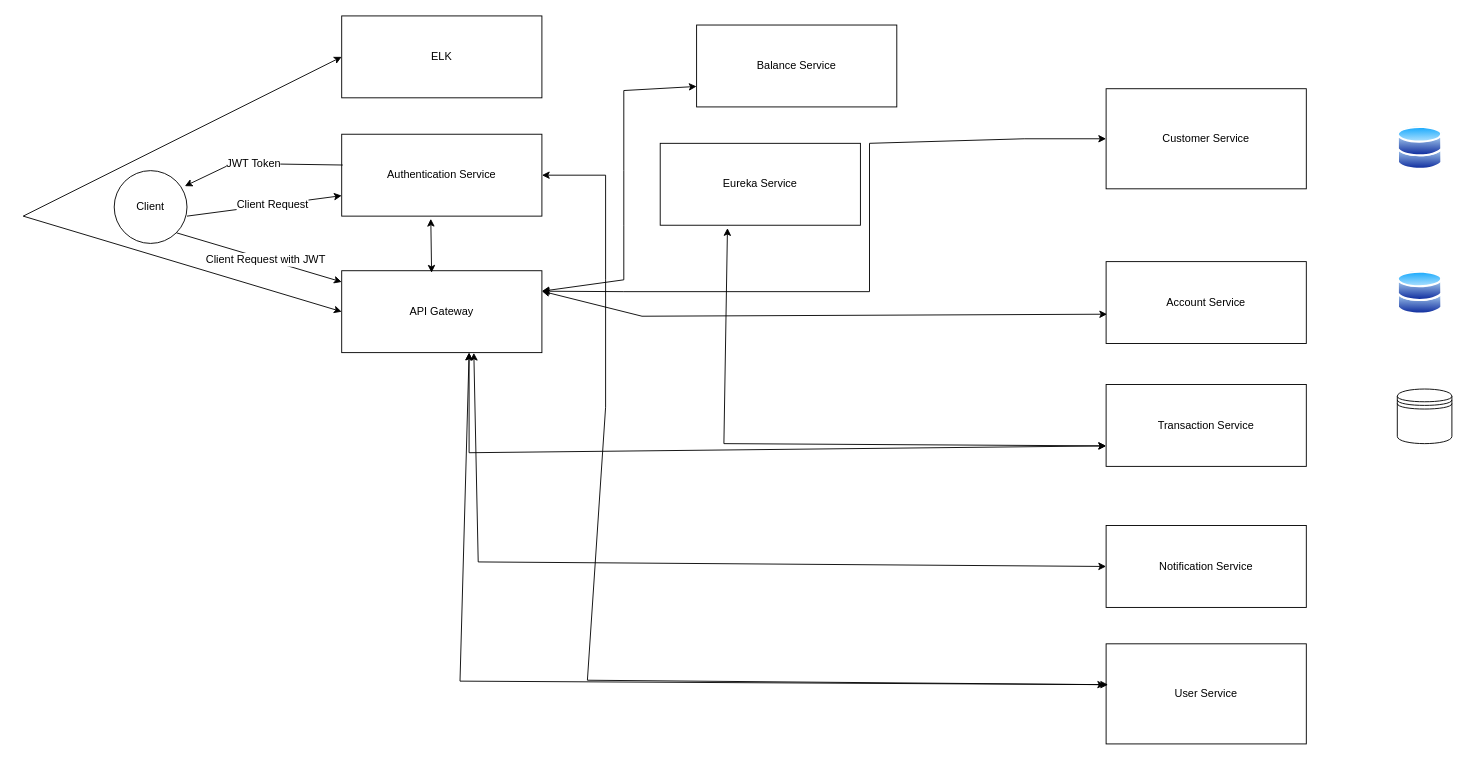
Above: Microservices_Architecture.drawio in mavericpocrepo/MavBankingPOC (draw.io), before the change. Source tidied: cells renumbered, new cells numbered last; positions are measured from the earlier drawing's top-left corner, leaving out a move shared by most shapes. Both pictures are drawn from the tidied source at 91%, with x=0, y=0 at pixel (23, 15).
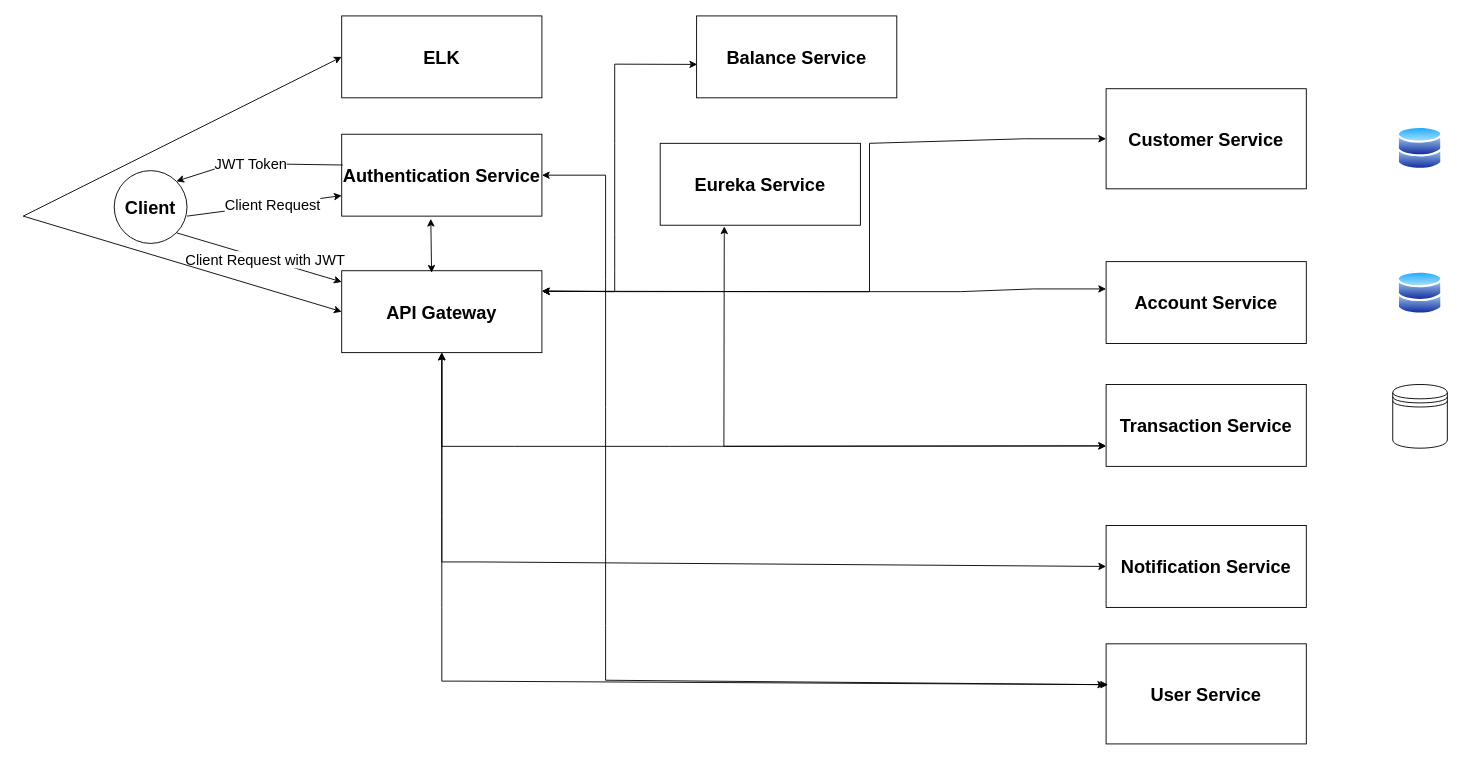
After the change.

Change to the diagram source:
```diff
@@
-    <mxCell id="2" value="Authentication Service" style="rounded=0;whiteSpace=wrap;html=1;" parent="1" vertex="1">
+    <mxCell id="2" value="Authentication Service" style="rounded=0;whiteSpace=wrap;html=1;fontSize=20;fontStyle=1;" parent="1" vertex="1">
       <mxGeometry x="350" y="130" width="220" height="90" as="geometry" />
     </mxCell>
-    <mxCell id="3" value="Customer Service" style="rounded=0;whiteSpace=wrap;html=1;" parent="1" vertex="1">
+    <mxCell id="3" value="&lt;span style=&quot;font-size: 20px;&quot;&gt;Customer Service&lt;/span&gt;" style="rounded=0;whiteSpace=wrap;html=1;fontSize=20;fontStyle=1;" parent="1" vertex="1">
       <mxGeometry x="1190" y="80" width="220" height="110" as="geometry" />
     </mxCell>
-    <mxCell id="4" value="Transaction Service" style="rounded=0;whiteSpace=wrap;html=1;" parent="1" vertex="1">
+    <mxCell id="4" value="Transaction Service" style="rounded=0;whiteSpace=wrap;html=1;fontSize=20;fontStyle=1;" parent="1" vertex="1">
       <mxGeometry x="1190" y="405" width="220" height="90" as="geometry" />
     </mxCell>
-    <mxCell id="5" value="API Gateway" style="rounded=0;whiteSpace=wrap;html=1;" parent="1" vertex="1">
+    <mxCell id="5" value="API Gateway" style="rounded=0;whiteSpace=wrap;html=1;fontSize=20;fontStyle=1;" parent="1" vertex="1">
       <mxGeometry x="350" y="280" width="220" height="90" as="geometry" />
     </mxCell>
-    <mxCell id="6" value="Account Service" style="rounded=0;whiteSpace=wrap;html=1;" parent="1" vertex="1">
+    <mxCell id="6" value="Account Service" style="rounded=0;whiteSpace=wrap;html=1;fontSize=20;fontStyle=1;" parent="1" vertex="1">
       <mxGeometry x="1190" y="270" width="220" height="90" as="geometry" />
     </mxCell>
-    <mxCell id="7" value="Eureka Service" style="rounded=0;whiteSpace=wrap;html=1;" parent="1" vertex="1">
+    <mxCell id="7" value="Eureka Service" style="rounded=0;whiteSpace=wrap;html=1;fontSize=20;fontStyle=1;" parent="1" vertex="1">
       <mxGeometry x="700" y="140" width="220" height="90" as="geometry" />
     </mxCell>
-    <mxCell id="8" value="Notification Service" style="rounded=0;whiteSpace=wrap;html=1;" parent="1" vertex="1">
+    <mxCell id="8" value="Notification Service" style="rounded=0;whiteSpace=wrap;html=1;fontSize=20;fontStyle=1;" parent="1" vertex="1">
       <mxGeometry x="1190" y="560" width="220" height="90" as="geometry" />
     </mxCell>
-    <mxCell id="9" value="Client" style="ellipse;whiteSpace=wrap;html=1;" parent="1" vertex="1">
+    <mxCell id="9" value="Client" style="ellipse;whiteSpace=wrap;html=1;fontSize=20;fontStyle=1;" parent="1" vertex="1">
       <mxGeometry x="100" y="170" width="80" height="80" as="geometry" />
     </mxCell>
-    <mxCell id="10" style="endArrow=classic;html=1;rounded=0;entryX=0;entryY=0.75;entryDx=0;entryDy=0;" parent="1" edge="1" target="2">
+    <mxCell id="10" style="endArrow=classic;html=1;rounded=0;entryX=0;entryY=0.75;entryDx=0;entryDy=0;fontSize=20;fontStyle=1;" parent="1" edge="1" target="2">
       <mxGeometry relative="1" as="geometry">
         <mxPoint x="180" y="220" as="sourcePoint" />
       </mxGeometry>
     </mxCell>
-    <mxCell id="11" value="&lt;font style=&quot;font-size: 12px;&quot;&gt;Client Request&lt;/font&gt;" style="edgeLabel;html=1;align=center;verticalAlign=middle;" parent="10" vertex="1">
+    <mxCell id="11" value="&lt;font style=&quot;font-size: 16px;&quot;&gt;Client Request&lt;/font&gt;" style="edgeLabel;html=1;align=center;verticalAlign=middle;fontSize=16;fontStyle=0;" parent="10" vertex="1">
       <mxGeometry x="0.1" relative="1" as="geometry" />
     </mxCell>
-    <mxCell id="12" style="endArrow=classic;html=1;rounded=0;entryX=0.97;entryY=0.213;entryDx=0;entryDy=0;entryPerimeter=0;exitX=0.005;exitY=0.376;exitDx=0;exitDy=0;exitPerimeter=0;" parent="1" edge="1" source="2" target="9">
+    <mxCell id="12" style="endArrow=classic;html=1;rounded=0;entryX=1;entryY=0;entryDx=0;entryDy=0;exitX=0.005;exitY=0.376;exitDx=0;exitDy=0;exitPerimeter=0;fontSize=20;fontStyle=1;" parent="1" edge="1" source="2" target="9">
       <mxGeometry relative="1" as="geometry">
         <Array as="points">
           <mxPoint x="230" y="162" />
         </Array>
       </mxGeometry>
     </mxCell>
-    <mxCell id="13" value="&lt;font style=&quot;font-size: 12px;&quot;&gt;JWT Token&lt;/font&gt;" style="edgeLabel;html=1;align=center;verticalAlign=middle;" parent="12" vertex="1">
+    <mxCell id="13" value="&lt;font style=&quot;font-size: 16px;&quot;&gt;JWT Token&lt;/font&gt;" style="edgeLabel;html=1;align=center;verticalAlign=middle;fontSize=16;fontStyle=0;" parent="12" vertex="1">
       <mxGeometry x="0.1" relative="1" as="geometry" />
     </mxCell>
-    <mxCell id="14" style="endArrow=classic;html=1;rounded=0;exitX=1;exitY=1;exitDx=0;exitDy=0;" parent="1" edge="1" source="9" target="5">
+    <mxCell id="14" style="endArrow=classic;html=1;rounded=0;exitX=1;exitY=1;exitDx=0;exitDy=0;fontSize=20;fontStyle=1;" parent="1" edge="1" source="9" target="5">
       <mxGeometry relative="1" as="geometry" />
     </mxCell>
-    <mxCell id="15" value="&lt;font style=&quot;font-size: 12px;&quot;&gt;Client Request with JWT&amp;nbsp;&lt;/font&gt;" style="edgeLabel;html=1;align=center;verticalAlign=middle;" parent="14" vertex="1">
+    <mxCell id="15" value="&lt;font style=&quot;font-size: 16px;&quot;&gt;Client Request with JWT&amp;nbsp;&lt;/font&gt;" style="edgeLabel;html=1;align=center;verticalAlign=middle;fontSize=16;fontStyle=0;" parent="14" vertex="1">
       <mxGeometry x="0.1" relative="1" as="geometry" />
     </mxCell>
-    <mxCell id="16" style="endArrow=classic;startArrow=classic;html=1;rounded=0;exitX=1;exitY=0.25;exitDx=0;exitDy=0;entryX=0;entryY=0.5;entryDx=0;entryDy=0;" parent="1" edge="1" source="5" target="3">
+    <mxCell id="16" style="endArrow=classic;startArrow=classic;html=1;rounded=0;exitX=1;exitY=0.25;exitDx=0;exitDy=0;entryX=0;entryY=0.5;entryDx=0;entryDy=0;fontSize=20;fontStyle=1;" parent="1" edge="1" source="5" target="3">
       <mxGeometry relative="1" as="geometry">
         <Array as="points">
           <mxPoint x="660" y="303" />
           <mxPoint x="930" y="303" />
           <mxPoint x="930" y="140" />
           <mxPoint x="1100" y="135" />
         </Array>
       </mxGeometry>
     </mxCell>
-    <mxCell id="17" style="endArrow=classic;startArrow=classic;html=1;rounded=0;entryX=0;entryY=0.75;entryDx=0;entryDy=0;" parent="1" edge="1" target="4">
+    <mxCell id="17" style="endArrow=classic;startArrow=classic;html=1;rounded=0;entryX=0;entryY=0.75;entryDx=0;entryDy=0;exitX=0.5;exitY=1;exitDx=0;exitDy=0;fontSize=20;fontStyle=1;" parent="1" edge="1" source="5" target="4">
       <mxGeometry relative="1" as="geometry">
-        <mxPoint x="490" y="370" as="sourcePoint" />
         <Array as="points">
-          <mxPoint x="490" y="480" />
+          <mxPoint x="460" y="473" />
+          <mxPoint x="540" y="473" />
+          <mxPoint x="710" y="473" />
         </Array>
       </mxGeometry>
     </mxCell>
-    <mxCell id="18" style="endArrow=classic;startArrow=classic;html=1;rounded=0;entryX=0;entryY=0.5;entryDx=0;entryDy=0;exitX=0.66;exitY=1.003;exitDx=0;exitDy=0;exitPerimeter=0;" parent="1" edge="1" source="5" target="8">
+    <mxCell id="18" style="endArrow=classic;startArrow=classic;html=1;rounded=0;entryX=0;entryY=0.5;entryDx=0;entryDy=0;exitX=0.5;exitY=1;exitDx=0;exitDy=0;fontSize=20;fontStyle=1;" parent="1" edge="1" source="5" target="8">
       <mxGeometry relative="1" as="geometry">
         <Array as="points">
+          <mxPoint x="460" y="490" />
+          <mxPoint x="460" y="550" />
+          <mxPoint x="460" y="600" />
           <mxPoint x="500" y="600" />
         </Array>
       </mxGeometry>
     </mxCell>
-    <mxCell id="19" style="endArrow=classic;startArrow=classic;html=1;rounded=0;entryX=0.005;entryY=0.642;entryDx=0;entryDy=0;entryPerimeter=0;exitX=1;exitY=0.25;exitDx=0;exitDy=0;" parent="1" edge="1" source="5" target="6">
+    <mxCell id="19" style="endArrow=classic;startArrow=classic;html=1;rounded=0;exitX=1;exitY=0.25;exitDx=0;exitDy=0;fontSize=20;fontStyle=1;" parent="1" edge="1" source="5">
       <mxGeometry relative="1" as="geometry">
+        <mxPoint x="1190" y="300" as="targetPoint" />
         <Array as="points">
-          <mxPoint x="680" y="330" />
+          <mxPoint x="880" y="303" />
+          <mxPoint x="1030" y="303" />
+          <mxPoint x="1110" y="300" />
         </Array>
       </mxGeometry>
     </mxCell>
-    <mxCell id="20" style="image;perimeter=ellipsePerimeter;html=1;align=center;shadow=0;dashed=0;spacingTop=3;image=img/lib/active_directory/databases.svg;" parent="1" vertex="1">
+    <mxCell id="20" style="image;perimeter=ellipsePerimeter;html=1;align=center;shadow=0;dashed=0;spacingTop=3;image=img/lib/active_directory/databases.svg;fontSize=20;fontStyle=1;" parent="1" vertex="1">
       <mxGeometry x="1510" y="121" width="50" height="49" as="geometry" />
     </mxCell>
-    <mxCell id="21" style="shape=datastore;whiteSpace=wrap;html=1;" parent="1" vertex="1">
-      <mxGeometry x="1510" y="410" width="60" height="60" as="geometry" />
+    <mxCell id="21" style="shape=datastore;whiteSpace=wrap;html=1;fontSize=20;fontStyle=1;" parent="1" vertex="1">
+      <mxGeometry x="1505" y="405" width="60" height="70" as="geometry" />
     </mxCell>
-    <mxCell id="22" style="image;perimeter=ellipsePerimeter;html=1;align=center;shadow=0;dashed=0;spacingTop=3;image=img/lib/active_directory/databases.svg;" parent="1" vertex="1">
+    <mxCell id="22" style="image;perimeter=ellipsePerimeter;html=1;align=center;shadow=0;dashed=0;spacingTop=3;image=img/lib/active_directory/databases.svg;fontSize=20;fontStyle=1;" parent="1" vertex="1">
       <mxGeometry x="1510" y="280" width="50" height="49" as="geometry" />
     </mxCell>
-    <mxCell id="23" value="User Service" style="rounded=0;whiteSpace=wrap;html=1;" parent="1" vertex="1">
+    <mxCell id="23" value="User Service" style="rounded=0;whiteSpace=wrap;html=1;fontSize=20;fontStyle=1;" parent="1" vertex="1">
       <mxGeometry x="1190" y="690" width="220" height="110" as="geometry" />
     </mxCell>
-    <mxCell id="24" style="endArrow=classic;startArrow=classic;html=1;rounded=0;entryX=0.01;entryY=0.408;entryDx=0;entryDy=0;entryPerimeter=0;" parent="1" edge="1" target="23">
+    <mxCell id="24" style="endArrow=classic;startArrow=classic;html=1;rounded=0;entryX=0.01;entryY=0.408;entryDx=0;entryDy=0;entryPerimeter=0;exitX=0.5;exitY=1;exitDx=0;exitDy=0;fontSize=20;fontStyle=1;" parent="1" edge="1" source="5" target="23">
       <mxGeometry relative="1" as="geometry">
-        <mxPoint x="490" y="370" as="sourcePoint" />
         <Array as="points">
+          <mxPoint x="460" y="550" />
+          <mxPoint x="460" y="650" />
+          <mxPoint x="460" y="731" />
           <mxPoint x="480" y="731" />
         </Array>
       </mxGeometry>
     </mxCell>
-    <mxCell id="25" style="endArrow=classic;startArrow=classic;html=1;rounded=0;exitX=0.445;exitY=1.033;exitDx=0;exitDy=0;exitPerimeter=0;entryX=0.449;entryY=0.024;entryDx=0;entryDy=0;entryPerimeter=0;" parent="1" edge="1" source="2" target="5">
+    <mxCell id="25" style="endArrow=classic;startArrow=classic;html=1;rounded=0;exitX=0.445;exitY=1.033;exitDx=0;exitDy=0;exitPerimeter=0;entryX=0.449;entryY=0.024;entryDx=0;entryDy=0;entryPerimeter=0;fontSize=20;fontStyle=1;" parent="1" edge="1" source="2" target="5">
       <mxGeometry relative="1" as="geometry" />
     </mxCell>
-    <mxCell id="26" value="ELK" style="rounded=0;whiteSpace=wrap;html=1;" parent="1" vertex="1">
+    <mxCell id="26" value="ELK" style="rounded=0;whiteSpace=wrap;html=1;fontSize=20;fontStyle=1;" parent="1" vertex="1">
       <mxGeometry x="350" width="220" height="90" as="geometry" />
     </mxCell>
-    <mxCell id="27" value="Balance Service" style="rounded=0;whiteSpace=wrap;html=1;" parent="1" vertex="1">
-      <mxGeometry x="740" y="10" width="220" height="90" as="geometry" />
+    <mxCell id="27" value="Balance Service" style="rounded=0;whiteSpace=wrap;html=1;fontSize=20;fontStyle=1;" parent="1" vertex="1">
+      <mxGeometry x="740" width="220" height="90" as="geometry" />
     </mxCell>
-    <mxCell id="28" style="endArrow=classic;startArrow=classic;html=1;rounded=0;exitX=0;exitY=0.5;exitDx=0;exitDy=0;entryX=0;entryY=0.5;entryDx=0;entryDy=0;" parent="1" edge="1" source="26" target="5">
+    <mxCell id="28" style="endArrow=classic;startArrow=classic;html=1;rounded=0;exitX=0;exitY=0.5;exitDx=0;exitDy=0;entryX=0;entryY=0.5;entryDx=0;entryDy=0;fontSize=20;fontStyle=1;" parent="1" edge="1" source="26" target="5">
       <mxGeometry relative="1" as="geometry">
         <Array as="points">
           <mxPoint y="220" />
         </Array>
       </mxGeometry>
     </mxCell>
-    <mxCell id="29" style="endArrow=classic;startArrow=classic;html=1;rounded=0;entryX=0;entryY=0.75;entryDx=0;entryDy=0;exitX=1;exitY=0.25;exitDx=0;exitDy=0;" parent="1" edge="1" source="5" target="27">
+    <mxCell id="29" style="endArrow=classic;startArrow=classic;html=1;rounded=0;exitX=1;exitY=0.25;exitDx=0;exitDy=0;fontSize=20;entryX=0.003;entryY=0.592;entryDx=0;entryDy=0;entryPerimeter=0;fontStyle=1;" parent="1" edge="1" source="5" target="27">
       <mxGeometry relative="1" as="geometry">
         <Array as="points">
-          <mxPoint x="660" y="290" />
-          <mxPoint x="660" y="230" />
-          <mxPoint x="660" y="170" />
-          <mxPoint x="660" y="82" />
+          <mxPoint x="650" y="303" />
+          <mxPoint x="650" y="280" />
+          <mxPoint x="650" y="240" />
+          <mxPoint x="650" y="140" />
+          <mxPoint x="650" y="53" />
         </Array>
       </mxGeometry>
     </mxCell>
-    <mxCell id="30" style="endArrow=classic;startArrow=classic;html=1;rounded=0;entryX=0;entryY=0.75;entryDx=0;entryDy=0;exitX=0.336;exitY=1.035;exitDx=0;exitDy=0;exitPerimeter=0;" parent="1" edge="1" source="7" target="4">
+    <mxCell id="30" style="endArrow=classic;startArrow=classic;html=1;rounded=0;entryX=0;entryY=0.75;entryDx=0;entryDy=0;exitX=0.32;exitY=1.014;exitDx=0;exitDy=0;exitPerimeter=0;fontSize=20;fontStyle=1;" parent="1" edge="1" source="7" target="4">
       <mxGeometry relative="1" as="geometry">
         <Array as="points">
-          <mxPoint x="770" y="470" />
+          <mxPoint x="770" y="473" />
         </Array>
       </mxGeometry>
     </mxCell>
-    <mxCell id="31" style="endArrow=classic;startArrow=classic;html=1;rounded=0;entryX=1;entryY=0.5;entryDx=0;entryDy=0;exitX=-0.005;exitY=0.408;exitDx=0;exitDy=0;exitPerimeter=0;" parent="1" edge="1" source="23" target="2">
+    <mxCell id="31" style="endArrow=classic;startArrow=classic;html=1;rounded=0;entryX=1;entryY=0.5;entryDx=0;entryDy=0;exitX=-0.005;exitY=0.408;exitDx=0;exitDy=0;exitPerimeter=0;fontSize=20;fontStyle=1;" parent="1" edge="1" source="23" target="2">
       <mxGeometry relative="1" as="geometry">
         <Array as="points">
-          <mxPoint x="620" y="730" />
+          <mxPoint x="640" y="730" />
+          <mxPoint x="640" y="710" />
+          <mxPoint x="640" y="670" />
+          <mxPoint x="640" y="590" />
           <mxPoint x="640" y="430" />
           <mxPoint x="640" y="290" />
           <mxPoint x="640" y="175" />
         </Array>
       </mxGeometry>
     </mxCell>
```
